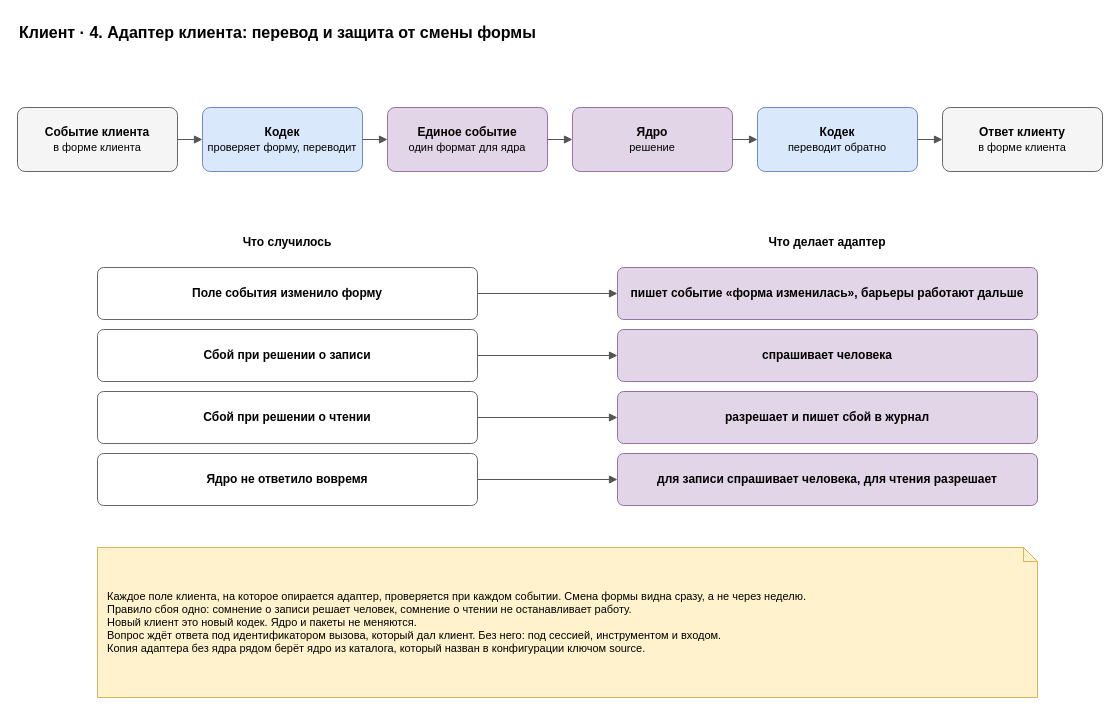
Above: page "4. Адаптер" (4 of 5) of docs/spec/harness-client.drawio in roygkov/reins (draw.io), before the change. Source tidied: cells renumbered, new cells numbered last; positions are measured from the earlier drawing's top-left corner, leaving out a move shared by most shapes. Both pictures are drawn from the tidied source at 100%, with x=0, y=0 at pixel (17, 17).
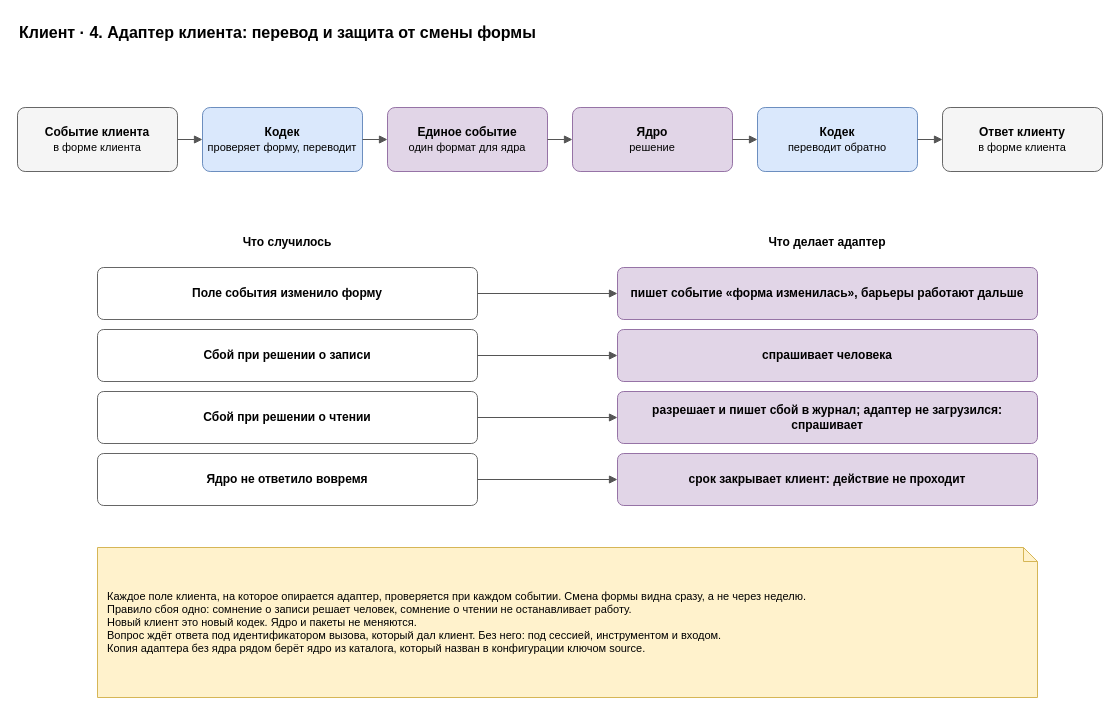
Above is the later version.

Diff of the diagram source:
```diff
@@
-    <mxCell id="23" value="&lt;b&gt;разрешает и пишет сбой в журнал&lt;/b&gt;" style="rounded=1;whiteSpace=wrap;html=1;fillColor=#e1d5e7;strokeColor=#9673a6;arcSize=12;" parent="1" vertex="1">
+    <mxCell id="23" value="&lt;b&gt;разрешает и пишет сбой в журнал; адаптер не загрузился: спрашивает&lt;/b&gt;" style="rounded=1;whiteSpace=wrap;html=1;fillColor=#e1d5e7;strokeColor=#9673a6;arcSize=12;" parent="1" vertex="1">
       <mxGeometry x="600" y="374" width="420" height="52" as="geometry" />
     </mxCell>
@@
-    <mxCell id="26" value="&lt;b&gt;для записи спрашивает человека, для чтения разрешает&lt;/b&gt;" style="rounded=1;whiteSpace=wrap;html=1;fillColor=#e1d5e7;strokeColor=#9673a6;arcSize=12;" parent="1" vertex="1">
+    <mxCell id="26" value="&lt;b&gt;срок закрывает клиент: действие не проходит&lt;/b&gt;" style="rounded=1;whiteSpace=wrap;html=1;fillColor=#e1d5e7;strokeColor=#9673a6;arcSize=12;" parent="1" vertex="1">
       <mxGeometry x="600" y="436" width="420" height="52" as="geometry" />
     </mxCell>
```
